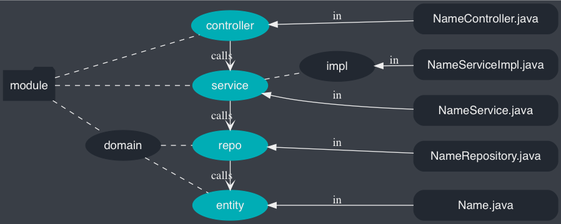
The Graphviz diagram static/image/2019/07/spring-mvc-module.png in Jeanhwea/jeanhwea.github.io, before a commit. Its source is kept beside it as static/image/2019/07/spring-mvc-module.dot.
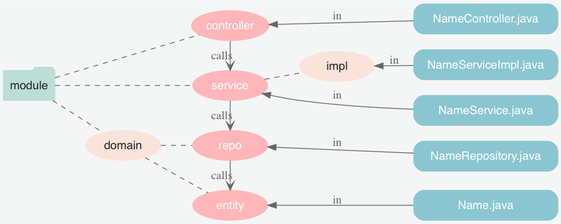
Later version of the same file.

Commit message:
update color theme

The edit, as a diff of the source:
```diff
@@ -1,26 +1,26 @@
 digraph G {
   rankdir="LR";
-  bgcolor="#393e46";
+  bgcolor="#f4f6f6";
 
-  node[shape=folder, style=filled, color="#222831", fontcolor="#eeeeee", fontname="Helvetia"];
+  node[shape=folder, style=filled, color="#bbded6", fontcolor="#252525", fontname="Helvetia"];
   module;
 
-  node[shape=ellipse, style=filled, color="#00adb5", width=1.25];
+  node[shape=ellipse, style=filled, color="#ffb6b9", fontcolor="#ffffff", width=1.25];
   service;
   controller;
   repository[label="repo"];
   entity;
 
-  node[shape=ellipse, style=filled, color="#222831"];
+  node[shape=ellipse, style=filled, color="#fae3d9", fontcolor="#252525"];
   domain;
   service_impl[label="impl"];
 
-  edge[style=dashed, color="#eeeeee", fontcolor="#eeeeee", arrowhead="none"];
+  edge[style=dashed, color="#666666", fontcolor="#666666", arrowhead="none"];
   module -> {domain, service, controller};
   domain -> {entity, repository};
   service -> service_impl;
 
-  node[shape=Mrecord, style=filled, width=2.4];
+  node[shape=Mrecord, style=filled, color="#8ac6d1", fontcolor="#ffffff", width=2.4];
   {
     rank="same";
     Name[label="Name.java"];
```
